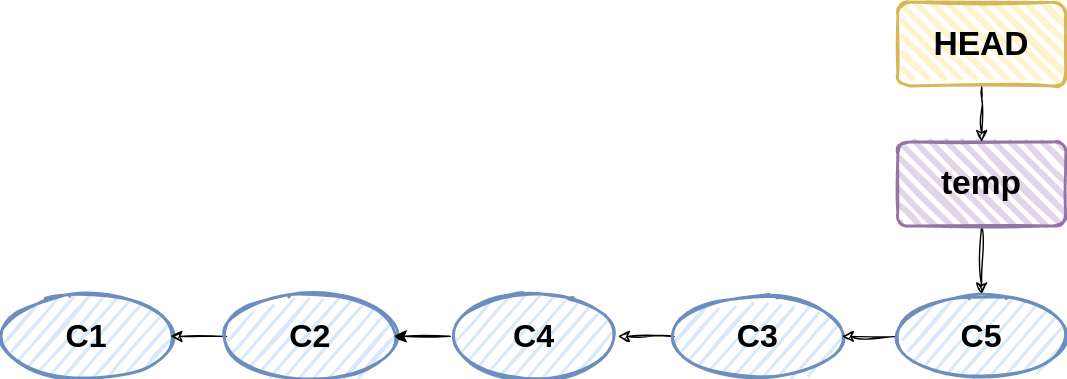
This is presentation/figures/rebasing5_cropped.drawio.svg from njohner/git_hands_on, a draw.io export, as it was before one commit. Source tidied: cells renumbered, new cells last; positions are measured from the earlier drawing's top-left corner, leaving out a move shared by most shapes.
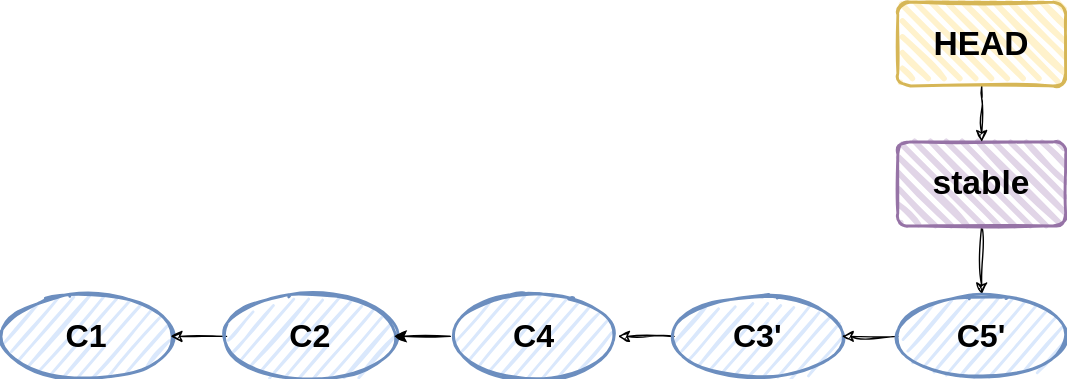
The same file after the commit.

The edit, as a diff of the source:
```diff
@@ -14,7 +14,7 @@
     <mxCell id="5" style="edgeStyle=orthogonalEdgeStyle;rounded=0;jettySize=auto;html=1;sketch=1;curveFitting=1;jiggle=2;exitX=0.5;exitY=1;exitDx=0;exitDy=0;" parent="1" edge="1" source="6" target="15">
       <mxGeometry relative="1" as="geometry" />
     </mxCell>
-    <mxCell id="6" value="&lt;b&gt;&lt;font style=&quot;font-size: 24px;&quot;&gt;temp&lt;/font&gt;&lt;/b&gt;" style="rounded=1;whiteSpace=wrap;html=1;strokeWidth=2;fillWeight=4;hachureGap=8;hachureAngle=45;fillColor=#e1d5e7;sketch=1;strokeColor=#9673a6;" parent="1" vertex="1">
+    <mxCell id="6" value="&lt;b&gt;&lt;font style=&quot;font-size: 24px;&quot;&gt;stable&lt;/font&gt;&lt;/b&gt;" style="rounded=1;whiteSpace=wrap;html=1;strokeWidth=2;fillWeight=4;hachureGap=8;hachureAngle=45;fillColor=#e1d5e7;sketch=1;strokeColor=#9673a6;" parent="1" vertex="1">
       <mxGeometry x="640" y="100" width="120" height="60" as="geometry" />
     </mxCell>
     <mxCell id="7" style="edgeStyle=orthogonalEdgeStyle;rounded=0;jettySize=auto;html=1;sketch=1;curveFitting=1;jiggle=2;entryX=0.5;entryY=0;entryDx=0;entryDy=0;exitX=0.5;exitY=1;exitDx=0;exitDy=0;" parent="1" edge="1" source="8" target="6">
@@ -31,7 +31,7 @@
     <mxCell id="9" style="edgeStyle=orthogonalEdgeStyle;rounded=0;jettySize=auto;html=1;sketch=1;curveFitting=1;jiggle=2;" parent="1" edge="1" source="10" target="13">
       <mxGeometry relative="1" as="geometry" />
     </mxCell>
-    <mxCell id="10" value="&lt;font style=&quot;font-size: 23px;&quot;&gt;&lt;b&gt;C3&lt;/b&gt;&lt;/font&gt;" style="ellipse;whiteSpace=wrap;html=1;strokeWidth=2;fillWeight=2;hachureGap=8;fillColor=#dae8fc;fillStyle=dots;sketch=1;strokeColor=#6c8ebf;" parent="1" vertex="1">
+    <mxCell id="10" value="&lt;font style=&quot;font-size: 23px;&quot;&gt;&lt;b&gt;C3'&lt;/b&gt;&lt;/font&gt;" style="ellipse;whiteSpace=wrap;html=1;strokeWidth=2;fillWeight=2;hachureGap=8;fillColor=#dae8fc;fillStyle=dots;sketch=1;strokeColor=#6c8ebf;" parent="1" vertex="1">
       <mxGeometry x="480" y="209" width="120" height="60" as="geometry" />
     </mxCell>
     <mxCell id="11" style="edgeStyle=orthogonalEdgeStyle;rounded=0;jettySize=auto;html=1;" parent="1" edge="1" source="13" target="4">
@@ -46,7 +46,7 @@
     <mxCell id="14" style="edgeStyle=orthogonalEdgeStyle;rounded=0;jettySize=auto;html=1;sketch=1;curveFitting=1;jiggle=2;" parent="1" edge="1" source="15" target="10">
       <mxGeometry relative="1" as="geometry" />
     </mxCell>
-    <mxCell id="15" value="&lt;font style=&quot;font-size: 23px;&quot;&gt;&lt;b&gt;C5&lt;/b&gt;&lt;/font&gt;" style="ellipse;whiteSpace=wrap;html=1;strokeWidth=2;fillWeight=2;hachureGap=8;fillColor=#dae8fc;fillStyle=dots;sketch=1;strokeColor=#6c8ebf;" parent="1" vertex="1">
+    <mxCell id="15" value="&lt;font style=&quot;font-size: 23px;&quot;&gt;&lt;b&gt;C5'&lt;/b&gt;&lt;/font&gt;" style="ellipse;whiteSpace=wrap;html=1;strokeWidth=2;fillWeight=2;hachureGap=8;fillColor=#dae8fc;fillStyle=dots;sketch=1;strokeColor=#6c8ebf;" parent="1" vertex="1">
       <mxGeometry x="640" y="209" width="120" height="60" as="geometry" />
     </mxCell>
   </root>
```
